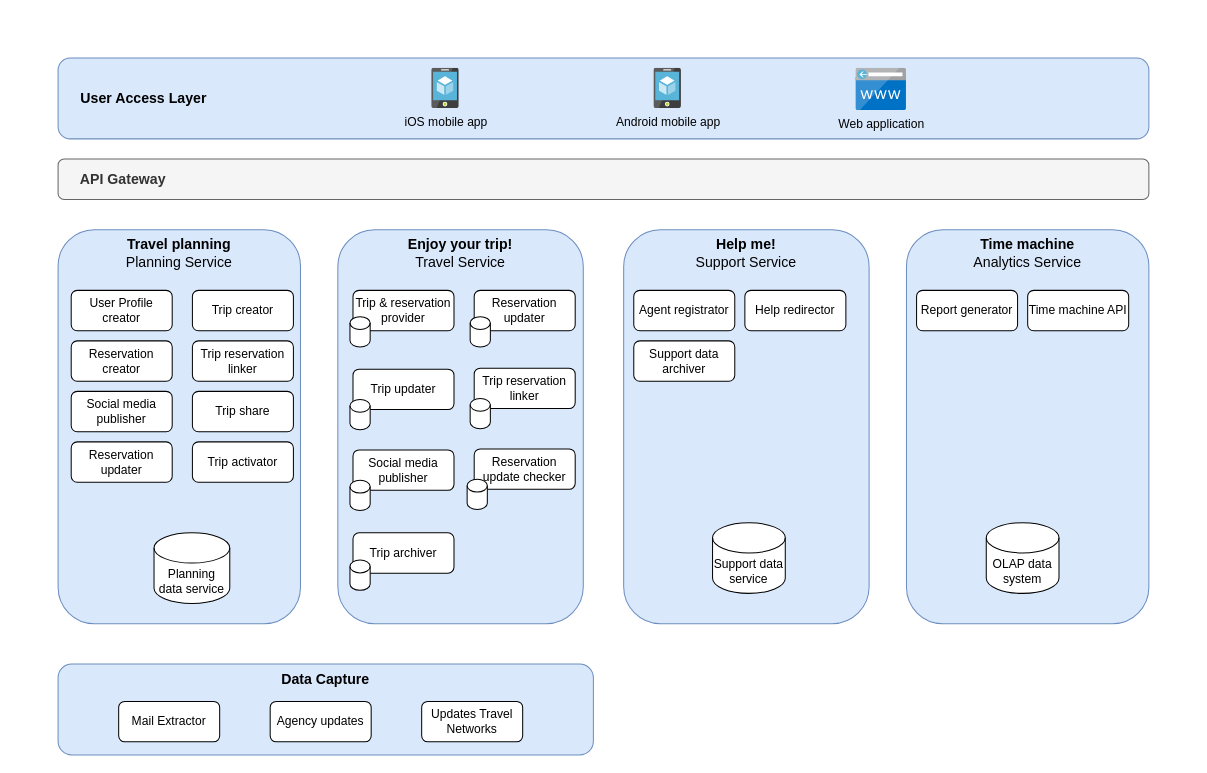
The draw.io diagram page "Domains" (1 of 4) of 02 SolutionStrategy/HighLevelComponentView.drawio in roadwarriorkata/architecture, before the edit. Source tidied: cells renumbered, new cells numbered last; positions are measured from the earlier drawing's top-left corner, leaving out a move shared by most shapes. Both pictures are drawn from the tidied source at 101%, with x=0, y=0 at pixel (58, 58).
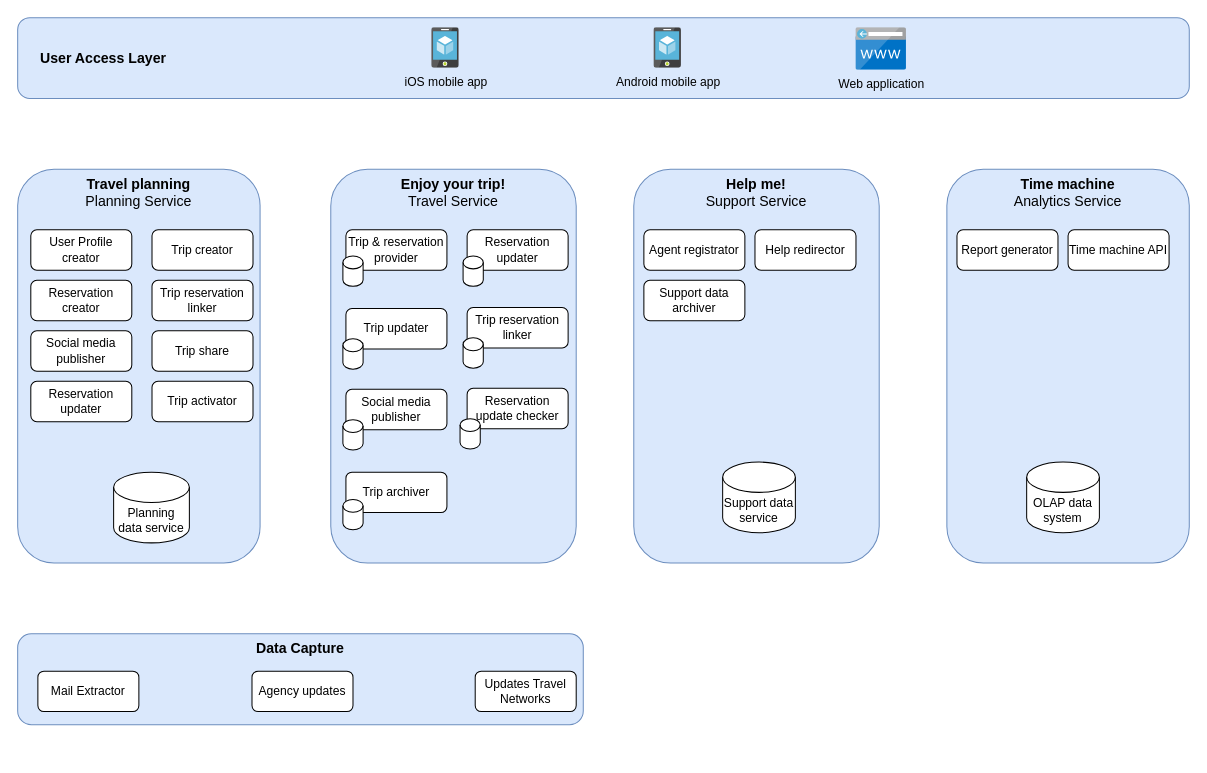
The same diagram, later.

Diff of the diagram source:
```diff
@@
     <mxCell id="2" value="&amp;nbsp; &amp;nbsp; &amp;nbsp;&lt;b&gt;&lt;font style=&quot;font-size: 14px;&quot;&gt; User Access Layer&lt;/font&gt;&lt;/b&gt;" style="rounded=1;whiteSpace=wrap;html=1;align=left;fillColor=#dae8fc;strokeColor=#6c8ebf;" parent="1" vertex="1">
-      <mxGeometry width="1080" height="80" as="geometry" />
+      <mxGeometry x="-40" y="-40" width="1160" height="80" as="geometry" />
     </mxCell>
     <mxCell id="3" value="iOS mobile app" style="image;sketch=0;html=1;align=center;fontSize=12;image=img/lib/mscae/App_Service_Mobile_App.svg;labelBackgroundColor=none;" parent="1" vertex="1">
-      <mxGeometry x="370" y="10" width="27.2" height="40" as="geometry" />
+      <mxGeometry x="370" y="-30" width="27.2" height="40" as="geometry" />
     </mxCell>
     <mxCell id="4" value="Android mobile app" style="image;sketch=0;html=1;align=center;fontSize=12;image=img/lib/mscae/App_Service_Mobile_App.svg;labelBackgroundColor=none;" parent="1" vertex="1">
-      <mxGeometry x="590" y="10" width="27.2" height="40" as="geometry" />
+      <mxGeometry x="590" y="-30" width="27.2" height="40" as="geometry" />
     </mxCell>
     <mxCell id="5" value="Web application" style="image;sketch=0;html=1;align=center;fontSize=12;image=img/lib/mscae/CustomDomain.svg;labelBackgroundColor=none;" parent="1" vertex="1">
-      <mxGeometry x="790" y="10" width="50" height="42" as="geometry" />
+      <mxGeometry x="790" y="-30" width="50" height="42" as="geometry" />
     </mxCell>
     <mxCell id="6" value="&lt;font style=&quot;font-size: 14px;&quot;&gt;&lt;span style=&quot;font-size: 14px;&quot;&gt;&lt;b&gt;Travel planning&lt;/b&gt;&lt;br&gt;Planning Service&lt;br&gt;&lt;/span&gt;&lt;/font&gt;" style="rounded=1;whiteSpace=wrap;html=1;verticalAlign=top;fontSize=14;fillColor=#dae8fc;strokeColor=#6c8ebf;" parent="1" vertex="1">
-      <mxGeometry y="170" width="240" height="390" as="geometry" />
+      <mxGeometry x="-40" y="110" width="240" height="390" as="geometry" />
     </mxCell>
     <mxCell id="7" value="&lt;font style=&quot;font-size: 14px;&quot;&gt;&lt;span style=&quot;font-size: 14px;&quot;&gt;&lt;b&gt;Enjoy your trip!&lt;/b&gt;&lt;br&gt;Travel Service&lt;br&gt;&lt;/span&gt;&lt;/font&gt;" style="rounded=1;whiteSpace=wrap;html=1;verticalAlign=top;fontSize=14;fillColor=#dae8fc;strokeColor=#6c8ebf;" parent="1" vertex="1">
-      <mxGeometry x="277" y="170" width="243" height="390" as="geometry" />
+      <mxGeometry x="270" y="110" width="243" height="390" as="geometry" />
     </mxCell>
     <mxCell id="8" value="&lt;font style=&quot;font-size: 14px;&quot;&gt;&lt;span style=&quot;font-size: 14px;&quot;&gt;&lt;b&gt;Help me!&lt;/b&gt;&lt;br&gt;Support Service&lt;br&gt;&lt;/span&gt;&lt;/font&gt;" style="rounded=1;whiteSpace=wrap;html=1;verticalAlign=top;fontSize=14;fillColor=#dae8fc;strokeColor=#6c8ebf;" parent="1" vertex="1">
-      <mxGeometry x="560" y="170" width="243" height="390" as="geometry" />
+      <mxGeometry x="570" y="110" width="243" height="390" as="geometry" />
     </mxCell>
     <mxCell id="9" value="&lt;font style=&quot;font-size: 14px;&quot;&gt;&lt;span style=&quot;font-size: 14px;&quot;&gt;&lt;b&gt;Time machine&lt;/b&gt;&lt;br&gt;Analytics Service&lt;br&gt;&lt;/span&gt;&lt;/font&gt;" style="rounded=1;whiteSpace=wrap;html=1;verticalAlign=top;fontSize=14;fillColor=#dae8fc;strokeColor=#6c8ebf;" parent="1" vertex="1">
-      <mxGeometry x="840" y="170" width="240" height="390" as="geometry" />
+      <mxGeometry x="880" y="110" width="240" height="390" as="geometry" />
     </mxCell>
-    <mxCell id="10" value="&amp;nbsp; &amp;nbsp; &amp;nbsp;&lt;b&gt;&lt;font style=&quot;font-size: 14px;&quot;&gt; API Gateway&lt;/font&gt;&lt;/b&gt;" style="rounded=1;whiteSpace=wrap;html=1;align=left;fillColor=#f5f5f5;strokeColor=#666666;fontColor=#333333;" parent="1" vertex="1">
-      <mxGeometry y="100" width="1080" height="40" as="geometry" />
-    </mxCell>
     <mxCell id="11" value="&lt;font style=&quot;font-size: 14px;&quot;&gt;&lt;span style=&quot;font-size: 14px;&quot;&gt;&lt;b&gt;Data Capture&lt;/b&gt;&lt;br&gt;&lt;/span&gt;&lt;/font&gt;" style="rounded=1;whiteSpace=wrap;html=1;verticalAlign=top;fontSize=14;fillColor=#dae8fc;strokeColor=#6c8ebf;" parent="1" vertex="1">
-      <mxGeometry y="600" width="530" height="90" as="geometry" />
+      <mxGeometry x="-40" y="570" width="560" height="90" as="geometry" />
     </mxCell>
     <mxCell id="12" value="Planning data service" style="shape=cylinder3;whiteSpace=wrap;html=1;boundedLbl=1;backgroundOutline=1;size=15;" parent="1" vertex="1">
-      <mxGeometry x="95" y="470" width="75" height="70" as="geometry" />
+      <mxGeometry x="55" y="410" width="75" height="70" as="geometry" />
     </mxCell>
-    <mxCell id="13" value="Mail Extractor" style="rounded=1;whiteSpace=wrap;html=1;" parent="1" vertex="1">
-      <mxGeometry x="60" y="637" width="100" height="40" as="geometry" />
-    </mxCell>
     <mxCell id="14" value="Agency updates" style="rounded=1;whiteSpace=wrap;html=1;" parent="1" vertex="1">
-      <mxGeometry x="210" y="637" width="100" height="40" as="geometry" />
+      <mxGeometry x="192" y="607" width="100" height="40" as="geometry" />
     </mxCell>
     <mxCell id="15" value="Updates Travel Networks" style="rounded=1;whiteSpace=wrap;html=1;" parent="1" vertex="1">
-      <mxGeometry x="360" y="637" width="100" height="40" as="geometry" />
+      <mxGeometry x="413" y="607" width="100" height="40" as="geometry" />
     </mxCell>
     <mxCell id="16" value="User Profile creator" style="rounded=1;whiteSpace=wrap;html=1;" parent="1" vertex="1">
-      <mxGeometry x="13" y="230" width="100" height="40" as="geometry" />
+      <mxGeometry x="-27" y="170" width="100" height="40" as="geometry" />
     </mxCell>
     <mxCell id="17" value="Trip creator" style="rounded=1;whiteSpace=wrap;html=1;" parent="1" vertex="1">
-      <mxGeometry x="133" y="230" width="100" height="40" as="geometry" />
+      <mxGeometry x="93" y="170" width="100" height="40" as="geometry" />
     </mxCell>
     <mxCell id="18" value="Reservation creator" style="rounded=1;whiteSpace=wrap;html=1;" parent="1" vertex="1">
-      <mxGeometry x="13" y="280" width="100" height="40" as="geometry" />
+      <mxGeometry x="-27" y="220" width="100" height="40" as="geometry" />
     </mxCell>
     <mxCell id="19" value="Trip reservation linker" style="rounded=1;whiteSpace=wrap;html=1;" parent="1" vertex="1">
-      <mxGeometry x="133" y="280" width="100" height="40" as="geometry" />
+      <mxGeometry x="93" y="220" width="100" height="40" as="geometry" />
     </mxCell>
     <mxCell id="20" value="Social media publisher" style="rounded=1;whiteSpace=wrap;html=1;" parent="1" vertex="1">
-      <mxGeometry x="13" y="330" width="100" height="40" as="geometry" />
+      <mxGeometry x="-27" y="270" width="100" height="40" as="geometry" />
     </mxCell>
     <mxCell id="21" value="Trip share" style="rounded=1;whiteSpace=wrap;html=1;" parent="1" vertex="1">
-      <mxGeometry x="133" y="330" width="100" height="40" as="geometry" />
+      <mxGeometry x="93" y="270" width="100" height="40" as="geometry" />
     </mxCell>
     <mxCell id="22" value="Reservation updater" style="rounded=1;whiteSpace=wrap;html=1;" parent="1" vertex="1">
-      <mxGeometry x="13" y="380" width="100" height="40" as="geometry" />
+      <mxGeometry x="-27" y="320" width="100" height="40" as="geometry" />
     </mxCell>
     <mxCell id="23" value="Trip activator" style="rounded=1;whiteSpace=wrap;html=1;" parent="1" vertex="1">
-      <mxGeometry x="133" y="380" width="100" height="40" as="geometry" />
+      <mxGeometry x="93" y="320" width="100" height="40" as="geometry" />
     </mxCell>
     <mxCell id="24" value="Support data service" style="shape=cylinder3;whiteSpace=wrap;html=1;boundedLbl=1;backgroundOutline=1;size=15;" parent="1" vertex="1">
-      <mxGeometry x="648" y="460" width="72" height="70" as="geometry" />
+      <mxGeometry x="658" y="400" width="72" height="70" as="geometry" />
     </mxCell>
     <mxCell id="25" value="Agent registrator" style="rounded=1;whiteSpace=wrap;html=1;" parent="1" vertex="1">
-      <mxGeometry x="570" y="230" width="100" height="40" as="geometry" />
+      <mxGeometry x="580" y="170" width="100" height="40" as="geometry" />
     </mxCell>
     <mxCell id="26" value="Help redirector" style="rounded=1;whiteSpace=wrap;html=1;" parent="1" vertex="1">
-      <mxGeometry x="680" y="230" width="100" height="40" as="geometry" />
+      <mxGeometry x="690" y="170" width="100" height="40" as="geometry" />
     </mxCell>
     <mxCell id="27" value="Support data archiver" style="rounded=1;whiteSpace=wrap;html=1;" parent="1" vertex="1">
-      <mxGeometry x="570" y="280" width="100" height="40" as="geometry" />
+      <mxGeometry x="580" y="220" width="100" height="40" as="geometry" />
     </mxCell>
     <mxCell id="28" value="OLAP data system" style="shape=cylinder3;whiteSpace=wrap;html=1;boundedLbl=1;backgroundOutline=1;size=15;" parent="1" vertex="1">
-      <mxGeometry x="919" y="460" width="72" height="70" as="geometry" />
+      <mxGeometry x="959" y="400" width="72" height="70" as="geometry" />
     </mxCell>
     <mxCell id="29" value="Report generator" style="rounded=1;whiteSpace=wrap;html=1;" parent="1" vertex="1">
-      <mxGeometry x="850" y="230" width="100" height="40" as="geometry" />
+      <mxGeometry x="890" y="170" width="100" height="40" as="geometry" />
     </mxCell>
     <mxCell id="30" value="Time machine API" style="rounded=1;whiteSpace=wrap;html=1;" parent="1" vertex="1">
-      <mxGeometry x="960" y="230" width="100" height="40" as="geometry" />
+      <mxGeometry x="1000" y="170" width="100" height="40" as="geometry" />
     </mxCell>
     <mxCell id="31" style="group;" parent="1" vertex="1">
-      <mxGeometry x="289" y="388" width="103" height="60" as="geometry" />
+      <mxGeometry x="282" y="328" width="103" height="60" as="geometry" />
     </mxCell>
@@
     <mxCell id="34" style="group;" parent="1" vertex="1">
-      <mxGeometry x="289" y="470" width="103" height="57" as="geometry" />
+      <mxGeometry x="282" y="410" width="103" height="57" as="geometry" />
     </mxCell>
@@
     <mxCell id="37" style="group;" parent="1" vertex="1">
-      <mxGeometry x="405" y="387" width="107" height="60" as="geometry" />
+      <mxGeometry x="398" y="327" width="107" height="60" as="geometry" />
     </mxCell>
@@
     <mxCell id="40" style="group;" parent="1" vertex="1">
-      <mxGeometry x="289" y="308" width="103" height="60" as="geometry" />
+      <mxGeometry x="282" y="248" width="103" height="60" as="geometry" />
     </mxCell>
@@
     <mxCell id="43" style="group;" parent="1" vertex="1">
-      <mxGeometry x="408" y="307" width="104" height="60" as="geometry" />
+      <mxGeometry x="401" y="247" width="104" height="60" as="geometry" />
     </mxCell>
@@
     <mxCell id="46" style="group;" parent="1" vertex="1">
-      <mxGeometry x="289" y="230" width="103" height="56" as="geometry" />
+      <mxGeometry x="282" y="170" width="103" height="56" as="geometry" />
     </mxCell>
@@
     <mxCell id="49" style="group;" parent="1" vertex="1">
-      <mxGeometry x="408" y="230" width="104" height="56" as="geometry" />
+      <mxGeometry x="401" y="170" width="104" height="56" as="geometry" />
     </mxCell>
@@
+    <mxCell id="13" value="Mail Extractor" style="rounded=1;whiteSpace=wrap;html=1;" parent="1" vertex="1">
+      <mxGeometry x="-20" y="607" width="100" height="40" as="geometry" />
+    </mxCell>
```
